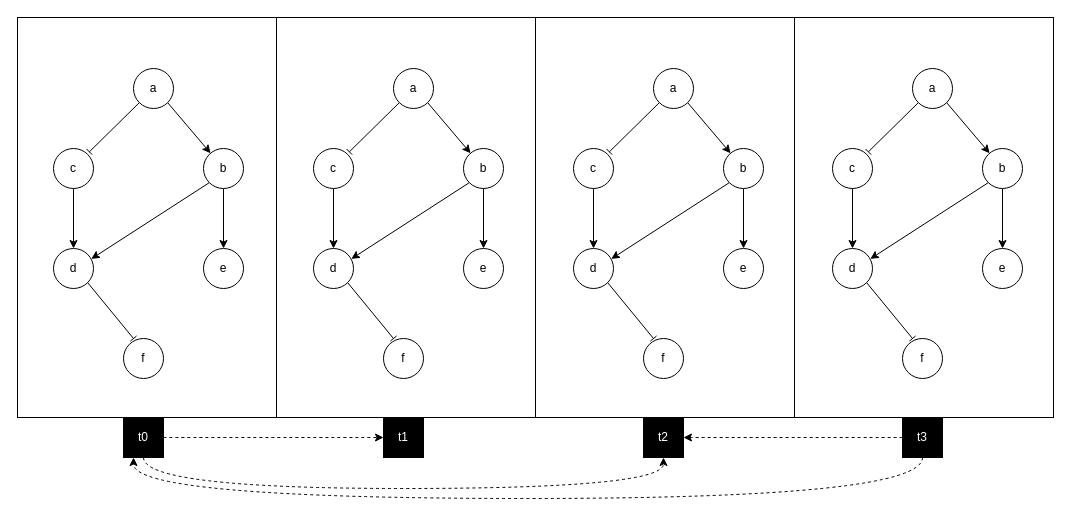
Earlier version of the draw.io diagram docs/useCase1.drawio (josura/c2c-sepia). Source tidied: cells renumbered, new cells numbered last; positions are measured from the earlier drawing's top-left corner, leaving out a move shared by most shapes. Both pictures are drawn from the tidied source at 100%, with x=0, y=0 at pixel (17, 17).
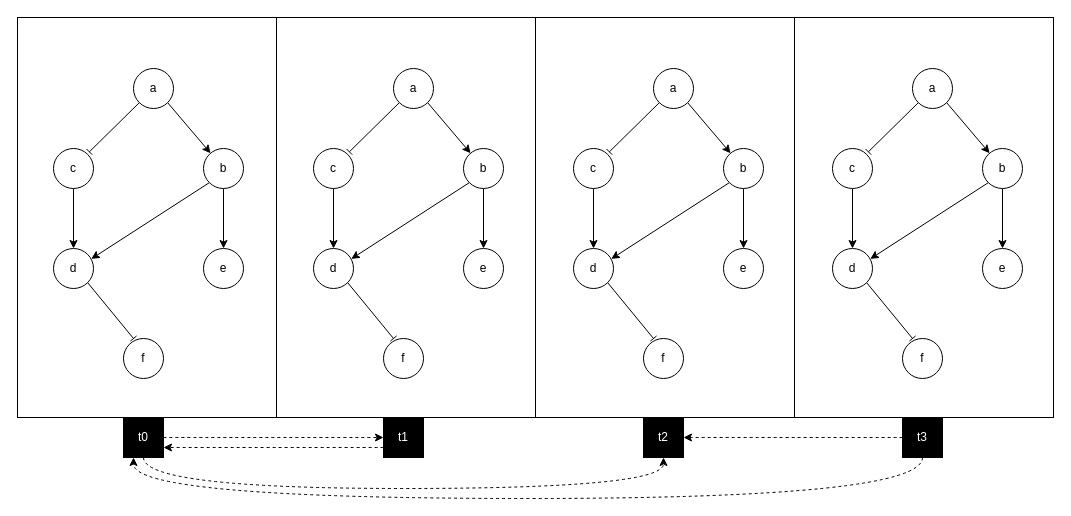
After the change.

Unchanged cells that the change refers to:
```xml
<mxCell id="53" value="&lt;font color=&quot;#ffffff&quot;&gt;t0&lt;/font&gt;" style="rounded=0;whiteSpace=wrap;html=1;fillColor=#000000;" parent="1" vertex="1">
  <mxGeometry x="106" y="400" width="40" height="40" as="geometry" />
</mxCell>
<mxCell id="57" value="&lt;font color=&quot;#ffffff&quot;&gt;t1&lt;/font&gt;" style="rounded=0;whiteSpace=wrap;html=1;fillColor=#000000;" parent="1" vertex="1">
  <mxGeometry x="366" y="400" width="40" height="40" as="geometry" />
</mxCell>
```

The edit, as a diff of the source:
```diff
@@
+    <mxCell id="62" style="edgeStyle=orthogonalEdgeStyle;curved=1;rounded=0;jettySize=auto;html=1;exitX=0;exitY=0.75;exitDx=0;exitDy=0;entryX=1;entryY=0.75;entryDx=0;entryDy=0;dashed=1;" parent="1" edge="1" source="57" target="53">
+      <mxGeometry relative="1" as="geometry" />
+    </mxCell>
```
